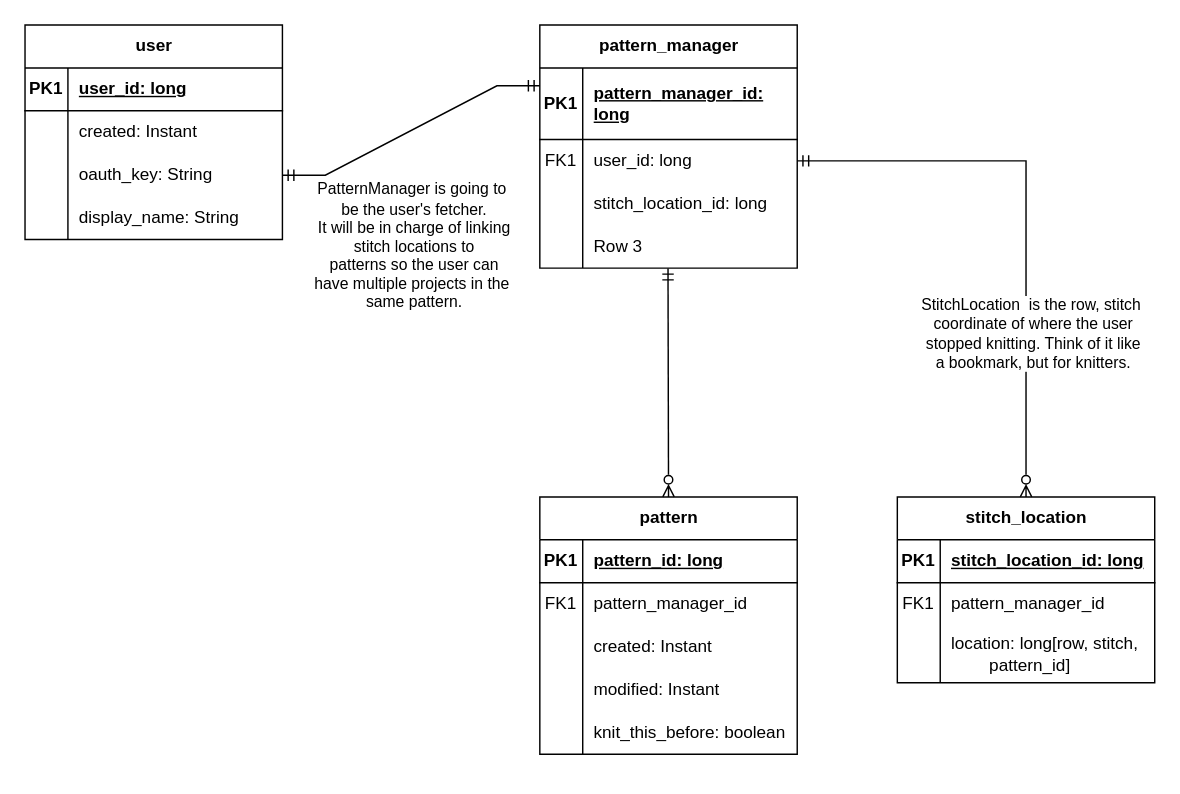
Above: work/erd.drawio in ddc-java-17/sereknitty-thedaniellescott (draw.io), before the change. Source tidied: cells renumbered, new cells numbered last; positions are measured from the earlier drawing's top-left corner, leaving out a move shared by most shapes. Both pictures are drawn from the tidied source at 143%, with x=0, y=0 at pixel (24, -61).
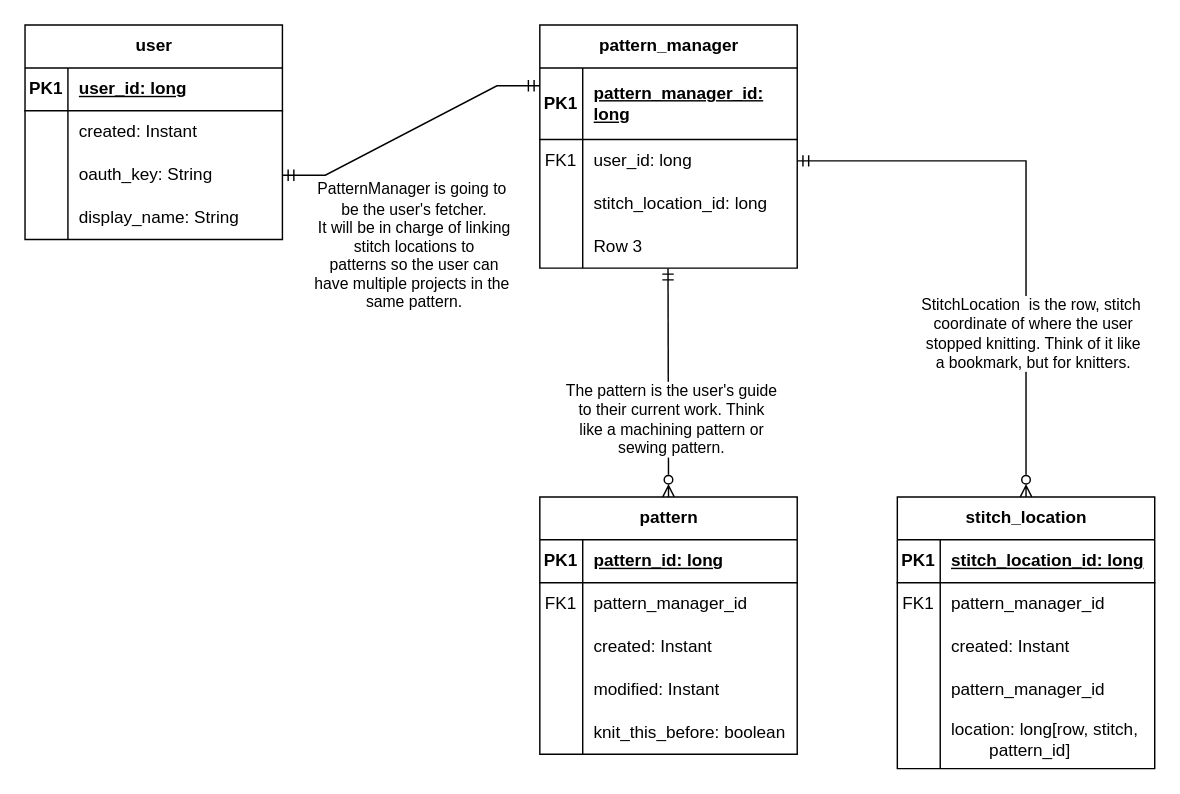
Above is the later version.

Unchanged cells that the change refers to:
```xml
<mxCell id="46" style="fontSize=12;html=1;endArrow=ERmandOne;startArrow=ERzeroToMany;rounded=0;endFill=0;entryX=0.498;entryY=1.007;entryDx=0;entryDy=0;entryPerimeter=0;exitX=0.5;exitY=0;exitDx=0;exitDy=0;startFill=0;" parent="1" edge="1" source="30" target="25">
  <mxGeometry relative="1" as="geometry" />
</mxCell>
```

Change to the diagram source:
```diff
@@
+    <mxCell id="59" value="The pattern is the user's guide&lt;br&gt;to their current work. Think&lt;br&gt;like a machining pattern or&lt;br&gt;sewing pattern." style="edgeLabel;html=1;align=center;verticalAlign=middle;" parent="46" vertex="1">
+      <mxGeometry x="-0.33" y="-2" relative="1" as="geometry" />
+    </mxCell>
     <mxCell id="47" value="stitch_location" style="shape=table;startSize=30;childLayout=tableLayout;rowLines=0;fontStyle=1;align=center;html=1;" parent="1" vertex="1">
-      <mxGeometry x="610" y="390" width="180" height="130" as="geometry" />
+      <mxGeometry x="610" y="390" width="180" height="190" as="geometry" />
     </mxCell>
@@
+    <mxCell id="60" style="shape=tableRow;horizontal=0;startSize=0;swimlaneHead=0;swimlaneBody=0;fillColor=none;top=0;left=0;right=0;bottom=0;" parent="47" vertex="1">
+      <mxGeometry y="90" width="180" height="30" as="geometry" />
+    </mxCell>
+    <mxCell id="61" style="shape=partialRectangle;fillColor=none;top=0;left=0;bottom=0;right=0;overflow=hidden;whiteSpace=wrap;html=1;" parent="60" vertex="1">
+      <mxGeometry width="30" height="30" as="geometry" />
+    </mxCell>
+    <mxCell id="62" value="created: Instant" style="shape=partialRectangle;fillColor=none;top=0;left=0;bottom=0;right=0;align=left;spacingLeft=6;overflow=hidden;whiteSpace=wrap;html=1;" parent="60" vertex="1">
+      <mxGeometry x="30" width="150" height="30" as="geometry" />
+    </mxCell>
+    <mxCell id="63" style="shape=tableRow;horizontal=0;startSize=0;swimlaneHead=0;swimlaneBody=0;fillColor=none;top=0;left=0;right=0;bottom=0;" parent="47" vertex="1">
+      <mxGeometry y="120" width="180" height="30" as="geometry" />
+    </mxCell>
+    <mxCell id="64" style="shape=partialRectangle;fillColor=none;top=0;left=0;bottom=0;right=0;overflow=hidden;whiteSpace=wrap;html=1;" parent="63" vertex="1">
+      <mxGeometry width="30" height="30" as="geometry" />
+    </mxCell>
+    <mxCell id="65" value="pattern_manager_id" style="shape=partialRectangle;fillColor=none;top=0;left=0;bottom=0;right=0;align=left;spacingLeft=6;overflow=hidden;whiteSpace=wrap;html=1;" parent="63" vertex="1">
+      <mxGeometry x="30" width="150" height="30" as="geometry" />
+    </mxCell>
     <mxCell id="54" style="shape=tableRow;horizontal=0;startSize=0;swimlaneHead=0;swimlaneBody=0;fillColor=none;top=0;left=0;right=0;bottom=0;" parent="47" vertex="1">
-      <mxGeometry y="90" width="180" height="40" as="geometry" />
+      <mxGeometry y="150" width="180" height="40" as="geometry" />
     </mxCell>
```
